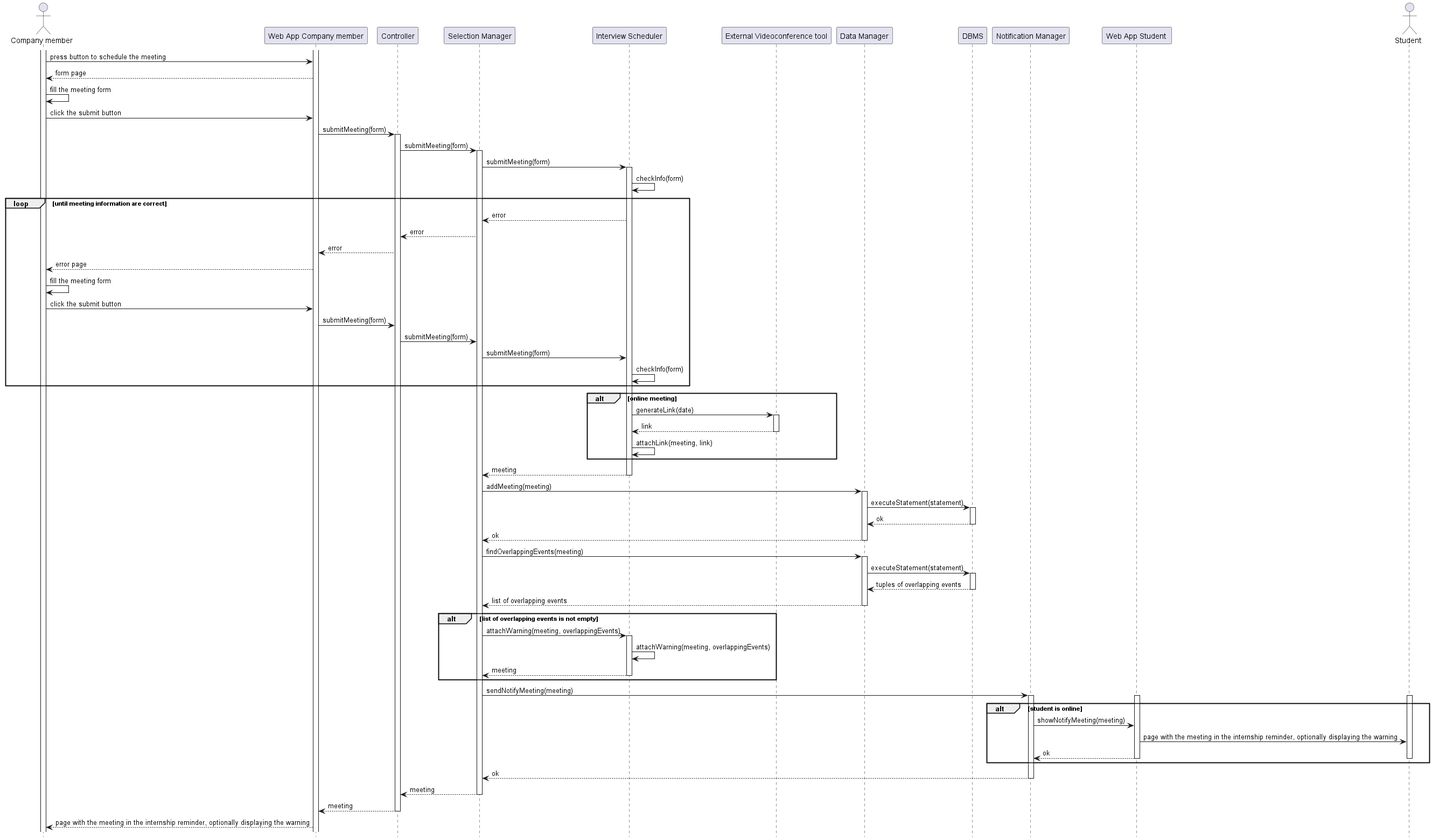
Above: DD/Architectural_design/uml_diagrams/RV20_diagram.png in matti8702/R_and_DD_project_SE2 (PlantUML), before the change. Its diagram source:
```plantuml
@startuml RV20_diagram
hide footbox

actor "Company member" as CM
participant "Web App Company member" as WACM
participant "Controller" as C
participant "Selection Manager" as SM
participant "Interview Scheduler" as IS
participant "External Videoconference tool" as EV
participant "Data Manager" as DM
participant "DBMS" as DB
participant "Notification Manager" as NM
participant "Web App Student " as WAST
actor "Student" as ST

activate CM

activate WACM
CM -> WACM : press button to schedule the meeting
WACM --> CM : form page
CM -> CM    : fill the meeting form
CM -> WACM  : click the submit button
WACM -> C   : submitMeeting(form)
activate C
C  -> SM  : submitMeeting(form)
activate SM
SM -> IS  : submitMeeting(form)
activate IS
IS -> IS  : checkInfo(form)
loop until meeting information are correct
IS --> SM : error
SM --> C  : error
C  --> WACM : error
WACM --> CM : error page
CM -> CM    : fill the meeting form
CM -> WACM  : click the submit button
WACM -> C   : submitMeeting(form)
C  -> SM  : submitMeeting(form)
SM -> IS  : submitMeeting(form)
IS -> IS  : checkInfo(form)
end
alt online meeting
IS -> EV  : generateLink(date)
activate EV
EV --> IS : link
deactivate EV
IS -> IS  : attachLink(meeting, link)
end
IS --> SM  : meeting
deactivate IS
SM ->  DM  : addMeeting(meeting)
activate DM
DM ->  DB  : executeStatement(statement)
activate DB
DB --> DM  : ok
deactivate DB
DM --> SM  : ok
deactivate DM
SM ->  DM  : findOverlappingEvents(meeting)
activate DM
DM ->  DB  : executeStatement(statement)
activate DB
DB --> DM  : tuples of overlapping events
deactivate DB
DM --> SM  : list of overlapping events
deactivate DM
alt list of overlapping events is not empty
SM ->  IS  : attachWarning(meeting, overlappingEvents)
activate IS
IS -> IS   : attachWarning(meeting, overlappingEvents)
IS --> SM  : meeting
deactivate IS
end
SM -> NM   : sendNotifyMeeting(meeting)
activate NM
alt student is online
activate WAST
activate ST
NM -> WAST : showNotifyMeeting(meeting)
WAST -> ST : page with the meeting in the internship reminder, optionally displaying the warning
WAST --> NM : ok
deactivate WAST
deactivate ST
end
NM --> SM   : ok
deactivate NM
SM --> C   : meeting
deactivate SM
C  --> WACM  : meeting
deactivate C
WACM --> CM  : page with the meeting in the internship reminder, optionally displaying the warning
@enduml
```
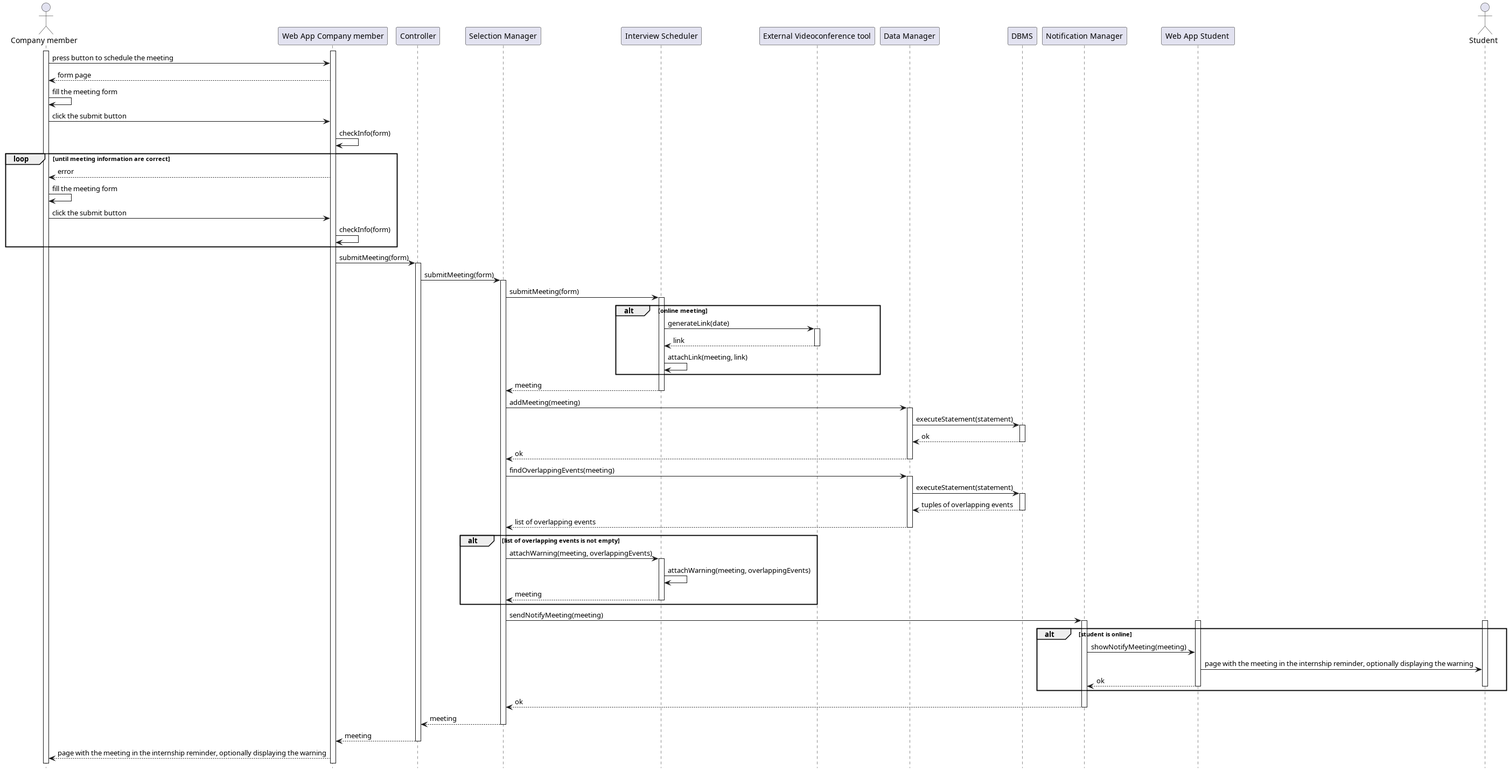
Above is the later version.

Commit message:
fix: add function to extract information embedded in composite types

Diff of the diagram source:
```diff
@@ -20,25 +20,19 @@
 WACM --> CM : form page
 CM -> CM    : fill the meeting form
 CM -> WACM  : click the submit button
+WACM -> WACM : checkInfo(form)
+loop until meeting information are correct
+WACM --> CM : error
+CM -> CM  : fill the meeting form
+CM -> WACM  : click the submit button
+WACM -> WACM : checkInfo(form)
+end
 WACM -> C   : submitMeeting(form)
 activate C
 C  -> SM  : submitMeeting(form)
 activate SM
 SM -> IS  : submitMeeting(form)
 activate IS
-IS -> IS  : checkInfo(form)
-loop until meeting information are correct
-IS --> SM : error
-SM --> C  : error
-C  --> WACM : error
-WACM --> CM : error page
-CM -> CM    : fill the meeting form
-CM -> WACM  : click the submit button
-WACM -> C   : submitMeeting(form)
-C  -> SM  : submitMeeting(form)
-SM -> IS  : submitMeeting(form)
-IS -> IS  : checkInfo(form)
-end
 alt online meeting
 IS -> EV  : generateLink(date)
 activate EV
```
